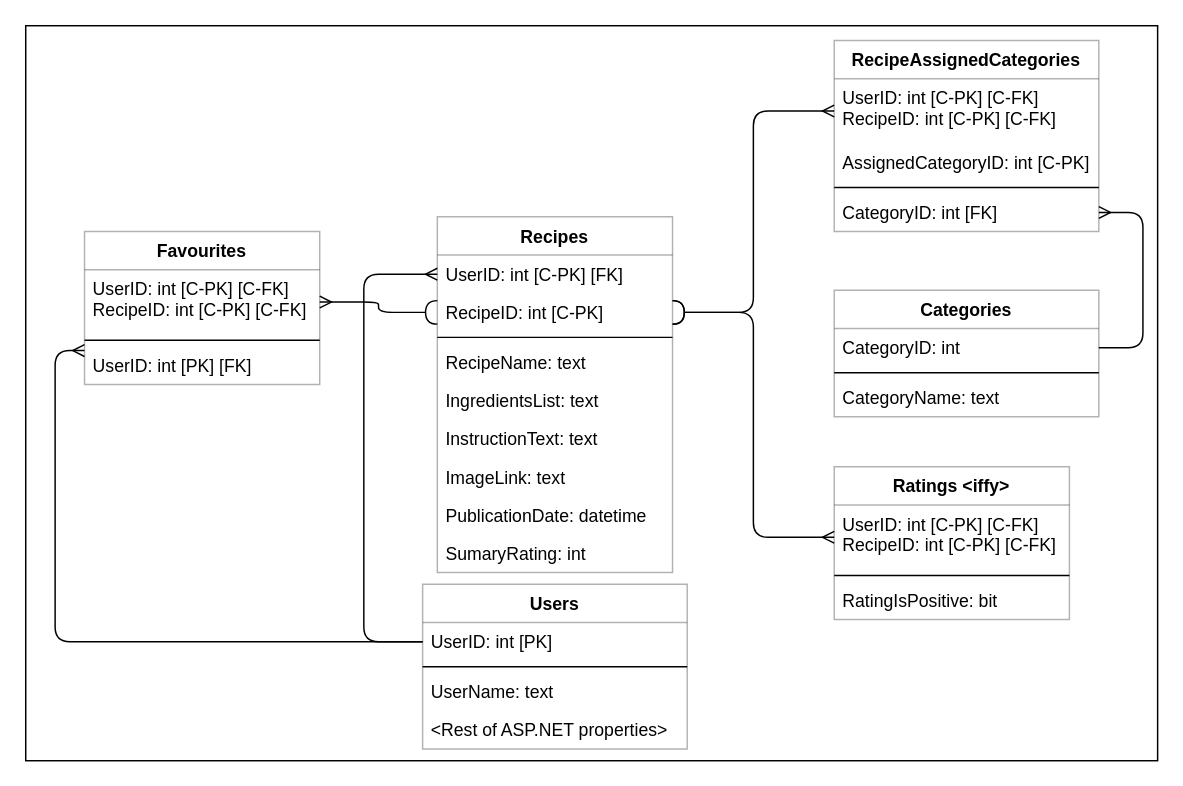
The draw.io diagram Informacje/Projekt bazy.drawio in ProgramistycznySwir/WebApp-Projekt, before the edit. Source tidied: cells renumbered, new cells numbered last; positions are measured from the earlier drawing's top-left corner, leaving out a move shared by most shapes. Both pictures are drawn from the tidied source at 147%, with x=0, y=0 at pixel (25, 25).
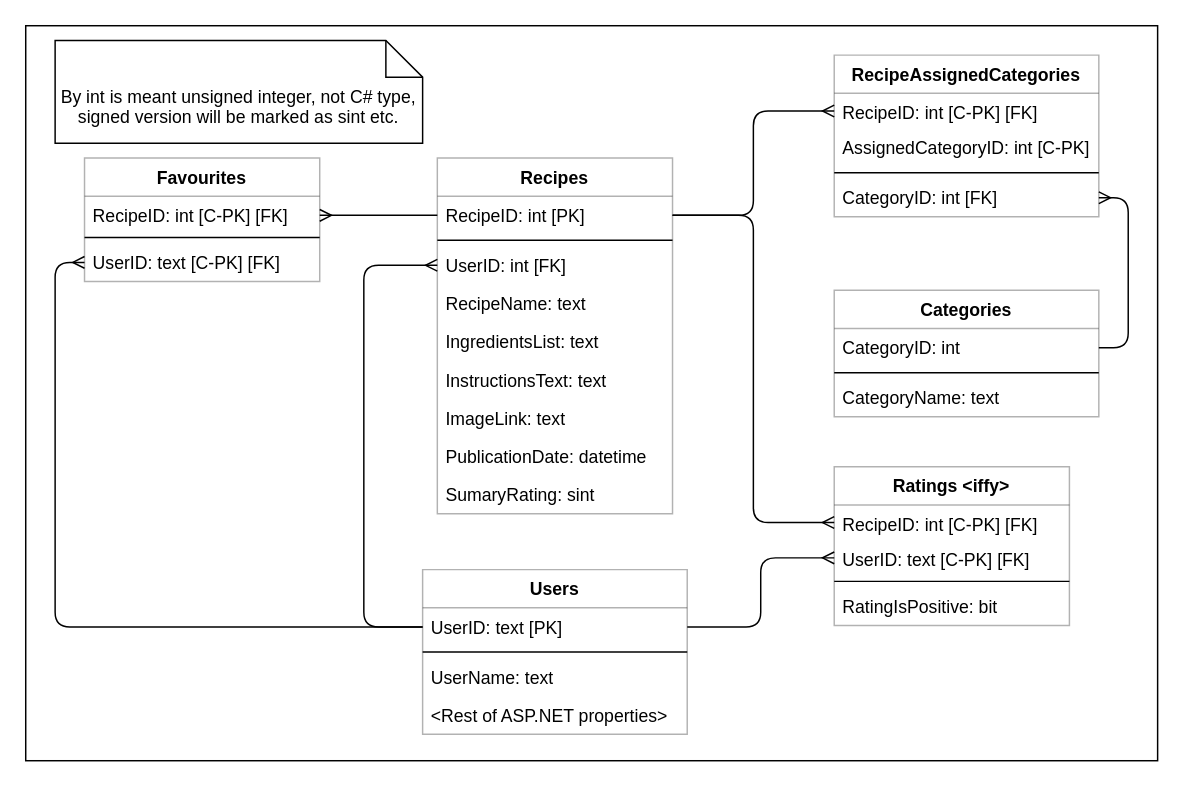
The same diagram, later.

Commit message (it also covers changes not shown here):
Filled in Models and updated Database diagram

The change refers to these unchanged cells:
```xml
<mxCell id="23" value="CategoryID: int" style="text;strokeColor=none;align=left;verticalAlign=top;spacingLeft=4;spacingRight=4;overflow=hidden;points=[[0,0.5],[1,0.5]];portConstraint=eastwest;" parent="22" vertex="1">
  <mxGeometry y="26" width="180" height="26" as="geometry" />
</mxCell>
```

Change to the diagram source:
```diff
@@
     <mxCell id="3" value="Recipes" style="swimlane;fontStyle=1;align=center;verticalAlign=top;horizontal=1;startSize=26;opacity=30;" parent="1" vertex="1">
-      <mxGeometry x="280" y="130" width="160" height="242" as="geometry" />
+      <mxGeometry x="280" y="90" width="160" height="242" as="geometry" />
     </mxCell>
-    <mxCell id="4" value="UserID: int [C-PK] [FK]" style="text;strokeColor=none;align=left;verticalAlign=top;spacingLeft=4;spacingRight=4;overflow=hidden;points=[[0,0.5],[1,0.5]];portConstraint=eastwest;" parent="3" vertex="1">
-      <mxGeometry y="26" width="160" height="26" as="geometry" />
-    </mxCell>
-    <mxCell id="5" value="RecipeID: int [C-PK]" style="text;strokeColor=none;align=left;verticalAlign=top;spacingLeft=4;spacingRight=4;overflow=hidden;points=[[0,0.5],[1,0.5]];portConstraint=eastwest;" parent="3" vertex="1">
-      <mxGeometry y="52" width="160" height="26" as="geometry" />
+    <mxCell id="5" value="RecipeID: int [PK]" style="text;strokeColor=none;align=left;verticalAlign=top;spacingLeft=4;spacingRight=4;overflow=hidden;points=[[0,0.5],[1,0.5]];portConstraint=eastwest;" parent="3" vertex="1">
+      <mxGeometry y="26" width="160" height="26" as="geometry" />
     </mxCell>
     <mxCell id="6" style="line;strokeWidth=1;fillColor=none;align=left;verticalAlign=middle;spacingTop=-1;spacingLeft=3;spacingRight=3;labelPosition=right;" parent="3" vertex="1">
-      <mxGeometry y="78" width="160" height="8" as="geometry" />
+      <mxGeometry y="52" width="160" height="8" as="geometry" />
     </mxCell>
+    <mxCell id="4" value="UserID: int [FK]" style="text;strokeColor=none;align=left;verticalAlign=top;spacingLeft=4;spacingRight=4;overflow=hidden;points=[[0,0.5],[1,0.5]];portConstraint=eastwest;" parent="3" vertex="1">
+      <mxGeometry y="60" width="160" height="26" as="geometry" />
+    </mxCell>
@@
-    <mxCell id="9" value="InstructionText: text" style="text;strokeColor=none;fillColor=none;align=left;verticalAlign=top;spacingLeft=4;spacingRight=4;overflow=hidden;" parent="3" vertex="1">
+    <mxCell id="9" value="InstructionsText: text" style="text;strokeColor=none;fillColor=none;align=left;verticalAlign=top;spacingLeft=4;spacingRight=4;overflow=hidden;" parent="3" vertex="1">
       <mxGeometry y="138" width="160" height="26" as="geometry" />
     </mxCell>
@@
-    <mxCell id="12" value="SumaryRating: int" style="text;strokeColor=none;fillColor=none;align=left;verticalAlign=top;spacingLeft=4;spacingRight=4;overflow=hidden;" parent="3" vertex="1">
+    <mxCell id="12" value="SumaryRating: sint" style="text;strokeColor=none;fillColor=none;align=left;verticalAlign=top;spacingLeft=4;spacingRight=4;overflow=hidden;" parent="3" vertex="1">
       <mxGeometry y="216" width="160" height="26" as="geometry" />
     </mxCell>
     <mxCell id="13" value="Favourites" style="swimlane;fontStyle=1;align=center;verticalAlign=top;horizontal=1;startSize=26;opacity=30;" parent="1" vertex="1">
-      <mxGeometry x="40" y="140" width="160" height="104" as="geometry" />
+      <mxGeometry x="40" y="90" width="160" height="84" as="geometry" />
     </mxCell>
-    <mxCell id="14" value="UserID: int [C-PK] [C-FK]&#10;RecipeID: int [C-PK] [C-FK]" style="text;strokeColor=none;align=left;verticalAlign=top;spacingLeft=4;spacingRight=4;overflow=hidden;points=[[0,0.5],[1,0.5]];portConstraint=eastwest;" parent="13" vertex="1">
-      <mxGeometry y="26" width="160" height="44" as="geometry" />
+    <mxCell id="14" value="RecipeID: int [C-PK] [FK]" style="text;strokeColor=none;align=left;verticalAlign=top;spacingLeft=4;spacingRight=4;overflow=hidden;points=[[0,0.5],[1,0.5]];portConstraint=eastwest;" parent="13" vertex="1">
+      <mxGeometry y="26" width="160" height="24" as="geometry" />
     </mxCell>
     <mxCell id="15" style="line;strokeWidth=1;fillColor=none;align=left;verticalAlign=middle;spacingTop=-1;spacingLeft=3;spacingRight=3;labelPosition=right;" parent="13" vertex="1">
-      <mxGeometry y="70" width="160" height="8" as="geometry" />
+      <mxGeometry y="50" width="160" height="8" as="geometry" />
     </mxCell>
-    <mxCell id="16" value="UserID: int [PK] [FK]" style="text;strokeColor=none;fillColor=none;align=left;verticalAlign=top;spacingLeft=4;spacingRight=4;overflow=hidden;points=[[0,0.5],[1,0.5]];portConstraint=eastwest;" parent="13" vertex="1">
-      <mxGeometry y="78" width="160" height="26" as="geometry" />
+    <mxCell id="16" value="UserID: text [C-PK] [FK]" style="text;strokeColor=none;fillColor=none;align=left;verticalAlign=top;spacingLeft=4;spacingRight=4;overflow=hidden;points=[[0,0.5],[1,0.5]];portConstraint=eastwest;" parent="13" vertex="1">
+      <mxGeometry y="58" width="160" height="26" as="geometry" />
     </mxCell>
     <mxCell id="17" value="Users" style="swimlane;fontStyle=1;align=center;verticalAlign=top;horizontal=1;startSize=26;opacity=30;" parent="1" vertex="1">
-      <mxGeometry x="270" y="380" width="180" height="112" as="geometry" />
+      <mxGeometry x="270" y="370" width="180" height="112" as="geometry" />
     </mxCell>
-    <mxCell id="18" value="UserID: int [PK]" style="text;strokeColor=none;align=left;verticalAlign=top;spacingLeft=4;spacingRight=4;overflow=hidden;points=[[0,0.5],[1,0.5]];portConstraint=eastwest;" parent="17" vertex="1">
+    <mxCell id="18" value="UserID: text [PK]" style="text;strokeColor=none;align=left;verticalAlign=top;spacingLeft=4;spacingRight=4;overflow=hidden;points=[[0,0.5],[1,0.5]];portConstraint=eastwest;" parent="17" vertex="1">
       <mxGeometry y="26" width="180" height="26" as="geometry" />
     </mxCell>
@@
     <mxCell id="26" value="RecipeAssignedCategories" style="swimlane;fontStyle=1;align=center;verticalAlign=top;horizontal=1;startSize=26;opacity=30;" parent="1" vertex="1">
-      <mxGeometry x="550" y="10" width="180" height="130" as="geometry" />
+      <mxGeometry x="550" y="20" width="180" height="110" as="geometry" />
     </mxCell>
-    <mxCell id="27" value="UserID: int [C-PK] [C-FK]&#10;RecipeID: int [C-PK] [C-FK]" style="text;strokeColor=none;align=left;verticalAlign=top;spacingLeft=4;spacingRight=4;overflow=hidden;points=[[0,0.5],[1,0.5]];portConstraint=eastwest;" parent="26" vertex="1">
-      <mxGeometry y="26" width="180" height="44" as="geometry" />
+    <mxCell id="27" value="RecipeID: int [C-PK] [FK]" style="text;strokeColor=none;align=left;verticalAlign=top;spacingLeft=4;spacingRight=4;overflow=hidden;points=[[0,0.5],[1,0.5]];portConstraint=eastwest;" parent="26" vertex="1">
+      <mxGeometry y="26" width="180" height="24" as="geometry" />
     </mxCell>
     <mxCell id="28" value="AssignedCategoryID: int [C-PK]" style="text;strokeColor=none;align=left;verticalAlign=top;spacingLeft=4;spacingRight=4;overflow=hidden;" parent="26" vertex="1">
-      <mxGeometry y="70" width="180" height="26" as="geometry" />
+      <mxGeometry y="50" width="180" height="26" as="geometry" />
     </mxCell>
     <mxCell id="29" style="line;strokeWidth=1;fillColor=none;align=left;verticalAlign=middle;spacingTop=-1;spacingLeft=3;spacingRight=3;labelPosition=right;" parent="26" vertex="1">
-      <mxGeometry y="96" width="180" height="8" as="geometry" />
+      <mxGeometry y="76" width="180" height="8" as="geometry" />
     </mxCell>
     <mxCell id="30" value="CategoryID: int [FK]" style="text;strokeColor=none;fillColor=none;align=left;verticalAlign=top;spacingLeft=4;spacingRight=4;overflow=hidden;points=[[0,0.5],[1,0.5]];portConstraint=eastwest;" parent="26" vertex="1">
-      <mxGeometry y="104" width="180" height="26" as="geometry" />
+      <mxGeometry y="84" width="180" height="26" as="geometry" />
     </mxCell>
     <mxCell id="31" value="Ratings &lt;iffy&gt;" style="swimlane;fontStyle=1;align=center;verticalAlign=top;horizontal=1;startSize=26;opacity=30;" parent="1" vertex="1">
-      <mxGeometry x="550" y="300" width="160" height="104" as="geometry" />
+      <mxGeometry x="550" y="300" width="160" height="108" as="geometry" />
     </mxCell>
-    <mxCell id="32" value="UserID: int [C-PK] [C-FK]&#10;RecipeID: int [C-PK] [C-FK]" style="text;strokeColor=none;align=left;verticalAlign=top;spacingLeft=4;spacingRight=4;overflow=hidden;points=[[0,0.5],[1,0.5]];portConstraint=eastwest;" parent="31" vertex="1">
-      <mxGeometry y="26" width="160" height="44" as="geometry" />
+    <mxCell id="32" value="RecipeID: int [C-PK] [FK]" style="text;strokeColor=none;align=left;verticalAlign=top;spacingLeft=4;spacingRight=4;overflow=hidden;points=[[0,0.5],[1,0.5]];portConstraint=eastwest;" parent="31" vertex="1">
+      <mxGeometry y="26" width="160" height="24" as="geometry" />
     </mxCell>
+    <mxCell id="41" value="UserID: text [C-PK] [FK]" style="text;strokeColor=none;align=left;verticalAlign=top;spacingLeft=4;spacingRight=4;overflow=hidden;points=[[0,0.5],[1,0.5]];portConstraint=eastwest;" parent="31" vertex="1">
+      <mxGeometry y="50" width="160" height="24" as="geometry" />
+    </mxCell>
     <mxCell id="33" style="line;strokeWidth=1;fillColor=none;align=left;verticalAlign=middle;spacingTop=-1;spacingLeft=3;spacingRight=3;labelPosition=right;" parent="31" vertex="1">
-      <mxGeometry y="70" width="160" height="8" as="geometry" />
+      <mxGeometry y="74" width="160" height="8" as="geometry" />
     </mxCell>
     <mxCell id="34" value="RatingIsPositive: bit" style="text;strokeColor=none;fillColor=none;align=left;verticalAlign=top;spacingLeft=4;spacingRight=4;overflow=hidden;" parent="31" vertex="1">
-      <mxGeometry y="78" width="160" height="26" as="geometry" />
+      <mxGeometry y="82" width="160" height="26" as="geometry" />
     </mxCell>
     <mxCell id="35" style="edgeStyle=orthogonalEdgeStyle;jettySize=auto;html=1;endArrow=none;endFill=0;startArrow=ERmany;startFill=0;" parent="1" edge="1" source="30" target="23">
       <mxGeometry relative="1" as="geometry">
         <Array as="points">
-          <mxPoint x="760" y="127" />
-          <mxPoint x="760" y="219" />
+          <mxPoint x="750" y="117" />
+          <mxPoint x="750" y="219" />
         </Array>
       </mxGeometry>
     </mxCell>
-    <mxCell id="36" style="edgeStyle=orthogonalEdgeStyle;jettySize=auto;html=1;exitX=1;exitY=0.5;exitDx=0;exitDy=0;endArrow=ERmany;endFill=0;startArrow=halfCircle;startFill=0;" parent="1" edge="1" source="5" target="32">
+    <mxCell id="36" style="edgeStyle=orthogonalEdgeStyle;jettySize=auto;html=1;exitX=1;exitY=0.5;exitDx=0;exitDy=0;endArrow=ERmany;endFill=0;startArrow=none;startFill=0;" parent="1" edge="1" source="5" target="32">
       <mxGeometry relative="1" as="geometry" />
     </mxCell>
     <mxCell id="37" style="edgeStyle=orthogonalEdgeStyle;jettySize=auto;html=1;endArrow=ERmany;endFill=0;" parent="1" edge="1" source="18" target="4">
       <mxGeometry relative="1" as="geometry">
         <Array as="points">
-          <mxPoint x="230" y="419" />
-          <mxPoint x="230" y="169" />
+          <mxPoint x="230" y="409" />
+          <mxPoint x="230" y="163" />
         </Array>
       </mxGeometry>
     </mxCell>
     <mxCell id="38" style="edgeStyle=orthogonalEdgeStyle;jettySize=auto;html=1;endArrow=ERmany;endFill=0;" parent="1" edge="1" source="18" target="16">
       <mxGeometry relative="1" as="geometry">
         <Array as="points">
-          <mxPoint x="20" y="419" />
-          <mxPoint x="20" y="221" />
+          <mxPoint x="20" y="409" />
+          <mxPoint x="20" y="161" />
         </Array>
       </mxGeometry>
     </mxCell>
-    <mxCell id="39" style="edgeStyle=orthogonalEdgeStyle;jettySize=auto;html=1;endArrow=ERmany;endFill=0;startArrow=halfCircle;startFill=0;" parent="1" edge="1" source="5" target="14">
-      <mxGeometry relative="1" as="geometry" />
+    <mxCell id="39" style="edgeStyle=orthogonalEdgeStyle;jettySize=auto;html=1;endArrow=ERmany;endFill=0;startArrow=none;startFill=0;" parent="1" edge="1" source="5" target="14">
+      <mxGeometry relative="1" as="geometry">
+        <Array as="points">
+          <mxPoint x="220" y="129" />
+          <mxPoint x="220" y="129" />
+        </Array>
+      </mxGeometry>
     </mxCell>
-    <mxCell id="40" style="edgeStyle=orthogonalEdgeStyle;jettySize=auto;html=1;exitX=1;exitY=0.5;exitDx=0;exitDy=0;endArrow=ERmany;endFill=0;startArrow=halfCircle;startFill=0;" parent="1" edge="1" source="5" target="27">
+    <mxCell id="40" style="edgeStyle=orthogonalEdgeStyle;jettySize=auto;html=1;exitX=1;exitY=0.5;exitDx=0;exitDy=0;endArrow=ERmany;endFill=0;startArrow=none;startFill=0;" parent="1" edge="1" source="5" target="27">
       <mxGeometry relative="1" as="geometry" />
     </mxCell>
+    <mxCell id="42" style="edgeStyle=orthogonalEdgeStyle;jettySize=auto;html=1;endArrow=ERmany;endFill=0;startArrow=none;startFill=0;" parent="1" edge="1" source="18" target="41">
+      <mxGeometry relative="1" as="geometry" />
+    </mxCell>
+    <mxCell id="43" value="By int is meant unsigned integer, not C# type, signed version will be marked as sint etc." style="shape=note2;boundedLbl=1;whiteSpace=wrap;html=1;size=25;verticalAlign=top;align=center;" parent="1" vertex="1">
+      <mxGeometry x="20" y="10" width="250" height="70" as="geometry" />
+    </mxCell>
```
